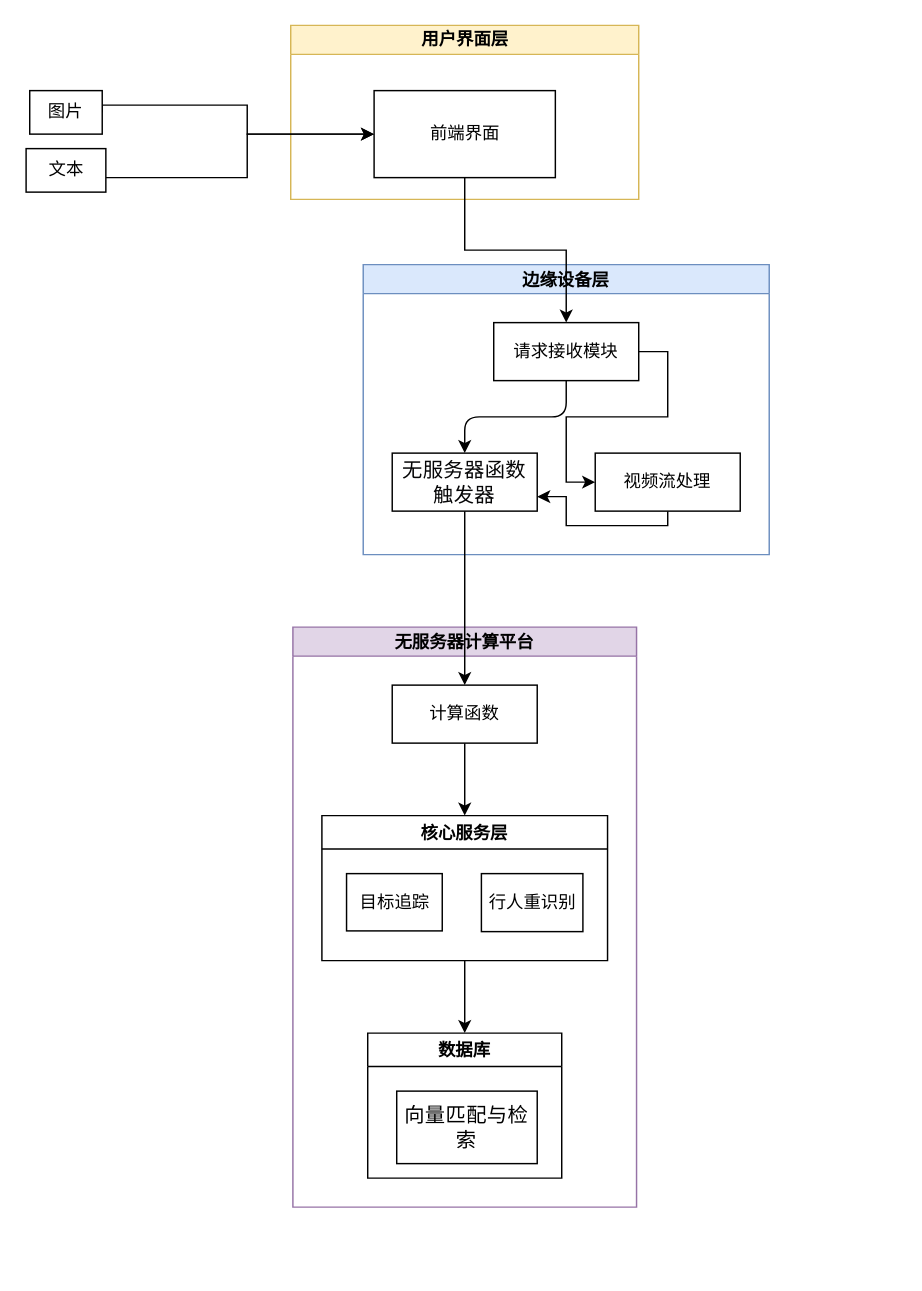
This is directory/毕设.drawio from lllwwwooo/draw.io, a draw.io file, before an edit. Source tidied: cells renumbered, new cells numbered last; positions are measured from the earlier drawing's top-left corner, leaving out a move shared by most shapes. Both pictures are drawn from the tidied source at 145%, with x=0, y=0 at pixel (26, 25).
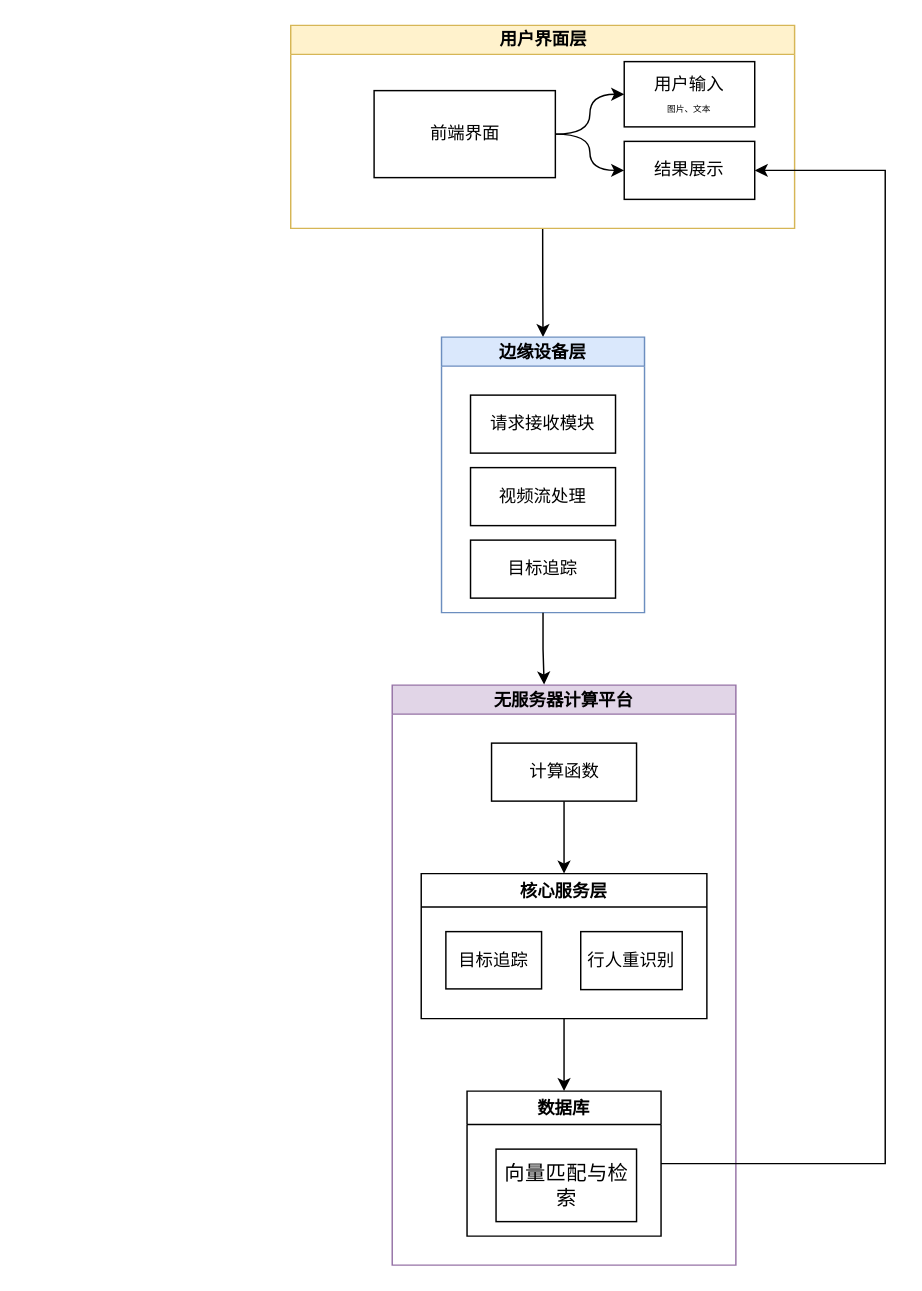
Above is the later version.

Unchanged cells that the change refers to:
```xml
<mxCell id="3" value="前端界面" style="rounded=0;whiteSpace=wrap;html=1;" parent="2" vertex="1">
  <mxGeometry x="57.5" y="45" width="125" height="60" as="geometry" />
</mxCell>
<mxCell id="17" value="计算函数" style="whiteSpace=wrap;html=1;" parent="15" vertex="1">
  <mxGeometry x="68.5" y="40" width="100" height="40" as="geometry" />
</mxCell>
<mxCell id="22" value="数据库" style="swimlane;startSize=23;" parent="15" vertex="1">
  <mxGeometry x="51.6" y="280" width="133.8" height="100" as="geometry" />
</mxCell>
```

What changed in the source:
```diff
@@
+    <mxCell id="26" style="edgeStyle=orthogonalEdgeStyle;rounded=0;jettySize=auto;html=1;exitX=0.5;exitY=1;exitDx=0;exitDy=0;" parent="1" edge="1" source="2" target="8">
+      <mxGeometry relative="1" as="geometry" />
+    </mxCell>
     <mxCell id="2" value="用户界面层" style="swimlane;html=1;startSize=20;horizontal=1;containerType=tree;glass=0;fillColor=#fff2cc;strokeColor=#d6b656;" parent="1" vertex="1">
-      <mxGeometry x="182" width="240" height="120" as="geometry" />
+      <mxGeometry x="182" width="347.5" height="140" as="geometry" />
     </mxCell>
@@
-    <mxCell id="4" style="edgeStyle=orthogonalEdgeStyle;rounded=0;jettySize=auto;html=1;exitX=1;exitY=0.5;exitDx=0;exitDy=0;entryX=0;entryY=0.5;entryDx=0;entryDy=0;" parent="1" edge="1" source="5" target="3">
-      <mxGeometry relative="1" as="geometry">
-        <Array as="points">
-          <mxPoint x="52" y="55" />
-          <mxPoint x="152" y="55" />
-          <mxPoint x="152" y="75" />
-        </Array>
-      </mxGeometry>
-    </mxCell>
-    <mxCell id="5" value="图片" style="rounded=0;whiteSpace=wrap;html=1;" parent="1" vertex="1">
-      <mxGeometry x="2" y="45" width="50" height="30" as="geometry" />
-    </mxCell>
-    <mxCell id="6" style="edgeStyle=orthogonalEdgeStyle;rounded=0;jettySize=auto;html=1;entryX=0;entryY=0.5;entryDx=0;entryDy=0;" parent="1" edge="1" source="7" target="3">
-      <mxGeometry relative="1" as="geometry">
-        <Array as="points">
-          <mxPoint x="152" y="105" />
-          <mxPoint x="152" y="75" />
-        </Array>
-      </mxGeometry>
-    </mxCell>
-    <mxCell id="7" value="文本" style="rounded=0;whiteSpace=wrap;html=1;" parent="1" vertex="1">
-      <mxGeometry x="-0.5" y="85" width="55" height="30" as="geometry" />
-    </mxCell>
+    <mxCell id="27" style="edgeStyle=orthogonalEdgeStyle;rounded=0;jettySize=auto;html=1;exitX=1;exitY=0.5;exitDx=0;exitDy=0;entryX=0;entryY=0.5;entryDx=0;entryDy=0;curved=1;" parent="2" edge="1" source="3" target="28">
+      <mxGeometry relative="1" as="geometry" />
+    </mxCell>
+    <mxCell id="28" value="用户输入&lt;div&gt;&lt;font style=&quot;font-size: 6px;&quot;&gt;图片、文本&lt;/font&gt;&lt;/div&gt;" style="rounded=0;whiteSpace=wrap;html=1;" parent="2" vertex="1">
+      <mxGeometry x="230" y="25" width="90" height="45" as="geometry" />
+    </mxCell>
+    <mxCell id="29" style="edgeStyle=orthogonalEdgeStyle;rounded=0;jettySize=auto;html=1;exitX=1;exitY=0.5;exitDx=0;exitDy=0;entryX=0;entryY=0.5;entryDx=0;entryDy=0;curved=1;" parent="2" edge="1" source="3" target="30">
+      <mxGeometry relative="1" as="geometry" />
+    </mxCell>
+    <mxCell id="30" value="结果展示" style="rounded=0;whiteSpace=wrap;html=1;" parent="2" vertex="1">
+      <mxGeometry x="230" y="80" width="90" height="40" as="geometry" />
+    </mxCell>
     <mxCell id="8" value="边缘设备层" style="swimlane;startSize=20;horizontal=1;horizontalTree=0;sortEdges=1;containerType=tree;fontSize=12;fillColor=#dae8fc;strokeColor=#6c8ebf;" parent="1" vertex="1">
-      <mxGeometry x="232" y="165" width="280" height="200" as="geometry" />
+      <mxGeometry x="286" y="215" width="140" height="190" as="geometry" />
     </mxCell>
     <mxCell id="9" value="请求接收模块" style="whiteSpace=wrap;html=1;" parent="8" vertex="1">
-      <mxGeometry x="90" y="40" width="100" height="40" as="geometry" />
+      <mxGeometry x="20" y="40" width="100" height="40" as="geometry" />
     </mxCell>
-    <mxCell id="10" value="&lt;span style=&quot;box-sizing: inherit; color: rgb(6, 6, 7); font-family: -apple-system, blinkmacsystemfont, &amp;quot;Helvetica Neue&amp;quot;, helvetica, &amp;quot;segoe ui&amp;quot;, arial, roboto, &amp;quot;PingFang SC&amp;quot;, miui, &amp;quot;Hiragino Sans GB&amp;quot;, &amp;quot;Microsoft Yahei&amp;quot;, sans-serif; font-size: 14px; letter-spacing: 0.25px; text-align: left; white-space-collapse: preserve; background-color: rgb(255, 255, 255);&quot;&gt;无服务器函数触发器&lt;/span&gt;" style="whiteSpace=wrap;html=1;" parent="8" vertex="1">
-      <mxGeometry x="20" y="130" width="100" height="40" as="geometry" />
-    </mxCell>
-    <mxCell id="11" style="edgeStyle=elbowEdgeStyle;elbow=vertical;html=1;rounded=1;curved=0;sourcePerimeterSpacing=0;targetPerimeterSpacing=0;startSize=6;endSize=6;" parent="8" edge="1" source="9" target="10">
-      <mxGeometry relative="1" as="geometry" />
-    </mxCell>
-    <mxCell id="12" style="edgeStyle=orthogonalEdgeStyle;rounded=0;jettySize=auto;html=1;exitX=1;exitY=0.5;exitDx=0;exitDy=0;entryX=0;entryY=0.5;entryDx=0;entryDy=0;" parent="8" edge="1" source="9" target="14">
-      <mxGeometry relative="1" as="geometry" />
-    </mxCell>
-    <mxCell id="13" style="edgeStyle=orthogonalEdgeStyle;rounded=0;jettySize=auto;html=1;exitX=0.5;exitY=1;exitDx=0;exitDy=0;entryX=1;entryY=0.75;entryDx=0;entryDy=0;" parent="8" edge="1" source="14" target="10">
-      <mxGeometry relative="1" as="geometry">
-        <Array as="points">
-          <mxPoint x="210" y="180" />
-          <mxPoint x="140" y="180" />
-          <mxPoint x="140" y="160" />
-        </Array>
-      </mxGeometry>
-    </mxCell>
     <mxCell id="14" value="视频流处理" style="whiteSpace=wrap;html=1;" parent="8" vertex="1">
-      <mxGeometry x="160" y="130" width="100" height="40" as="geometry" />
+      <mxGeometry x="20" y="90" width="100" height="40" as="geometry" />
     </mxCell>
+    <mxCell id="31" value="目标追踪" style="whiteSpace=wrap;html=1;" parent="8" vertex="1">
+      <mxGeometry x="20" y="140" width="100" height="40" as="geometry" />
+    </mxCell>
     <mxCell id="15" value="无服务器计算平台" style="swimlane;startSize=20;horizontal=1;horizontalTree=0;sortEdges=1;containerType=tree;fontSize=12;fillColor=#e1d5e7;strokeColor=#9673a6;" parent="1" vertex="1">
-      <mxGeometry x="183.5" y="415" width="237" height="400" as="geometry" />
+      <mxGeometry x="252" y="455" width="237" height="400" as="geometry" />
     </mxCell>
@@
-    <mxCell id="24" style="edgeStyle=orthogonalEdgeStyle;rounded=0;jettySize=auto;html=1;exitX=0.5;exitY=1;exitDx=0;exitDy=0;entryX=0.5;entryY=0;entryDx=0;entryDy=0;" parent="1" edge="1" source="3" target="9">
-      <mxGeometry relative="1" as="geometry" />
-    </mxCell>
-    <mxCell id="25" style="edgeStyle=orthogonalEdgeStyle;rounded=0;jettySize=auto;html=1;exitX=0.5;exitY=1;exitDx=0;exitDy=0;entryX=0.5;entryY=0;entryDx=0;entryDy=0;" parent="1" edge="1" source="10" target="17">
-      <mxGeometry relative="1" as="geometry" />
-    </mxCell>
+    <mxCell id="32" style="edgeStyle=orthogonalEdgeStyle;rounded=0;jettySize=auto;html=1;exitX=0.5;exitY=1;exitDx=0;exitDy=0;entryX=0.442;entryY=-0.001;entryDx=0;entryDy=0;entryPerimeter=0;" parent="1" edge="1" source="8" target="15">
+      <mxGeometry relative="1" as="geometry" />
+    </mxCell>
+    <mxCell id="33" style="edgeStyle=orthogonalEdgeStyle;rounded=0;jettySize=auto;html=1;exitX=1;exitY=0.5;exitDx=0;exitDy=0;entryX=1;entryY=0.5;entryDx=0;entryDy=0;" parent="1" edge="1" source="22" target="30">
+      <mxGeometry relative="1" as="geometry">
+        <Array as="points">
+          <mxPoint x="592" y="785" />
+          <mxPoint x="592" y="100" />
+        </Array>
+      </mxGeometry>
+    </mxCell>
```
